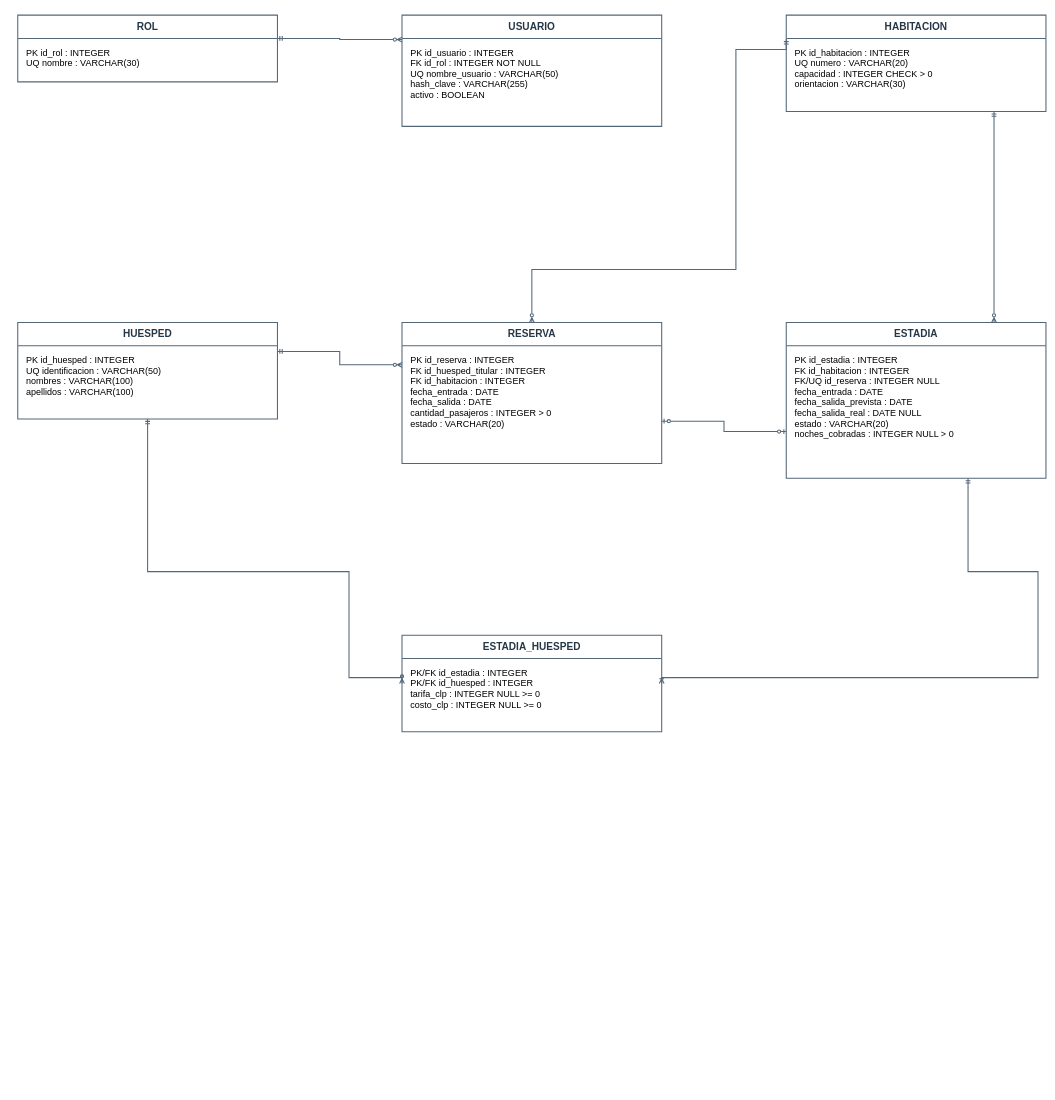
This is diagramas-editables/modelo-de-datos.drawio from Yutre3/hotel-duerme-bien, a draw.io file, before an edit. Source tidied: cells renumbered, new cells numbered last; positions are measured from the earlier drawing's top-left corner, leaving out a move shared by most shapes. Both pictures are drawn from the tidied source at 53%, with x=0, y=0 at pixel (17, 15).
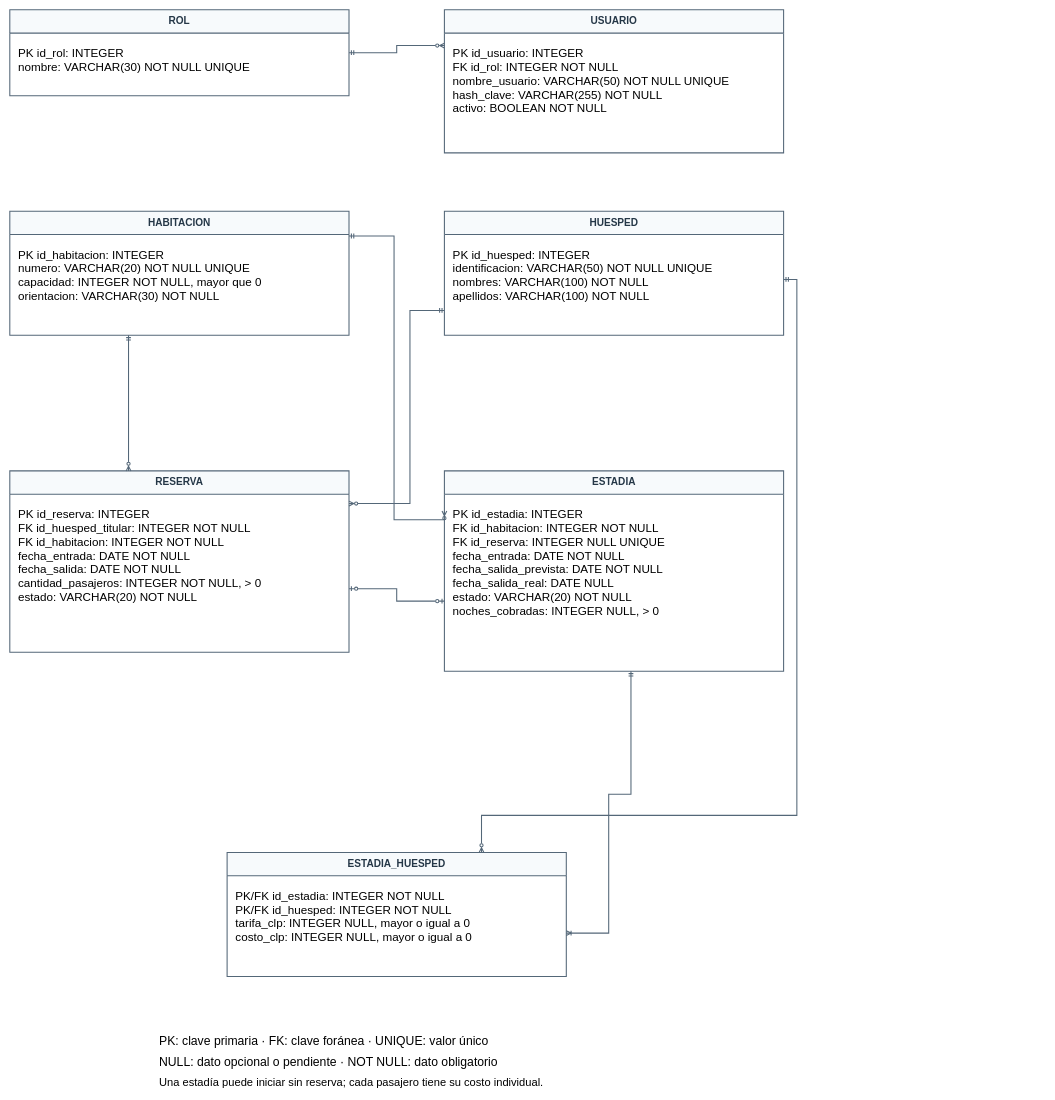
The same page after the edit.

Change to the diagram source:
```diff
@@
-    <mxCell id="2" value="ROL" style="shape=swimlane;startSize=44;horizontal=1;html=0;whiteSpace=wrap;strokeColor=#546778;strokeWidth=2;fillColor=#ffffff;fontColor=#253747;fontSize=19;fontStyle=1;" parent="1" vertex="1">
-      <mxGeometry width="490" height="126" as="geometry" />
+    <mxCell id="2" value="ROL" style="shape=swimlane;startSize=44;horizontal=1;html=0;whiteSpace=wrap;strokeColor=#546778;strokeWidth=2;fillColor=#f7fafc;fontColor=#253747;fontSize=19;fontStyle=1;" parent="1" vertex="1">
+      <mxGeometry x="-15" y="-10" width="640" height="162" as="geometry" />
     </mxCell>
-    <mxCell id="3" value="PK id_rol : INTEGER&#10;UQ nombre : VARCHAR(30)" style="text;html=0;strokeColor=none;fillColor=none;align=left;verticalAlign=top;spacingLeft=14;fontSize=17;" parent="2" vertex="1">
-      <mxGeometry y="54" width="490" height="56" as="geometry" />
+    <mxCell id="3" value="PK id_rol: INTEGER&#10;nombre: VARCHAR(30) NOT NULL UNIQUE" style="text;html=0;strokeColor=none;fillColor=none;align=left;verticalAlign=top;spacingLeft=14;fontSize=22;" parent="2" vertex="1">
+      <mxGeometry y="62" width="640" height="72" as="geometry" />
     </mxCell>
-    <mxCell id="4" value="USUARIO" style="shape=swimlane;startSize=44;horizontal=1;html=0;whiteSpace=wrap;strokeColor=#546778;strokeWidth=2;fillColor=#ffffff;fontColor=#253747;fontSize=19;fontStyle=1;" parent="1" vertex="1">
-      <mxGeometry x="725" width="490" height="210" as="geometry" />
+    <mxCell id="4" value="USUARIO" style="shape=swimlane;startSize=44;horizontal=1;html=0;whiteSpace=wrap;strokeColor=#546778;strokeWidth=2;fillColor=#f7fafc;fontColor=#253747;fontSize=19;fontStyle=1;" parent="1" vertex="1">
+      <mxGeometry x="805" y="-10" width="640" height="270" as="geometry" />
     </mxCell>
-    <mxCell id="5" value="PK id_usuario : INTEGER&#10;FK id_rol : INTEGER NOT NULL&#10;UQ nombre_usuario : VARCHAR(50)&#10;hash_clave : VARCHAR(255)&#10;activo : BOOLEAN" style="text;html=0;strokeColor=none;fillColor=none;align=left;verticalAlign=top;spacingLeft=14;fontSize=17;" parent="4" vertex="1">
-      <mxGeometry y="54" width="490" height="140" as="geometry" />
+    <mxCell id="5" value="PK id_usuario: INTEGER&#10;FK id_rol: INTEGER NOT NULL&#10;nombre_usuario: VARCHAR(50) NOT NULL UNIQUE&#10;hash_clave: VARCHAR(255) NOT NULL&#10;activo: BOOLEAN NOT NULL" style="text;html=0;strokeColor=none;fillColor=none;align=left;verticalAlign=top;spacingLeft=14;fontSize=22;" parent="4" vertex="1">
+      <mxGeometry y="62" width="640" height="180" as="geometry" />
     </mxCell>
-    <mxCell id="6" value="HABITACION" style="shape=swimlane;startSize=44;horizontal=1;html=0;whiteSpace=wrap;strokeColor=#546778;strokeWidth=2;fillColor=#ffffff;fontColor=#253747;fontSize=19;fontStyle=1;" parent="1" vertex="1">
-      <mxGeometry x="1450" width="490" height="182" as="geometry" />
+    <mxCell id="6" value="HABITACION" style="shape=swimlane;startSize=44;horizontal=1;html=0;whiteSpace=wrap;strokeColor=#546778;strokeWidth=2;fillColor=#f7fafc;fontColor=#253747;fontSize=19;fontStyle=1;" parent="1" vertex="1">
+      <mxGeometry x="-15" y="370" width="640" height="234" as="geometry" />
     </mxCell>
-    <mxCell id="7" value="PK id_habitacion : INTEGER&#10;UQ numero : VARCHAR(20)&#10;capacidad : INTEGER CHECK &gt; 0&#10;orientacion : VARCHAR(30)" style="text;html=0;strokeColor=none;fillColor=none;align=left;verticalAlign=top;spacingLeft=14;fontSize=17;" parent="6" vertex="1">
-      <mxGeometry y="54" width="490" height="112" as="geometry" />
+    <mxCell id="7" value="PK id_habitacion: INTEGER&#10;numero: VARCHAR(20) NOT NULL UNIQUE&#10;capacidad: INTEGER NOT NULL, mayor que 0&#10;orientacion: VARCHAR(30) NOT NULL" style="text;html=0;strokeColor=none;fillColor=none;align=left;verticalAlign=top;spacingLeft=14;fontSize=22;" parent="6" vertex="1">
+      <mxGeometry y="62" width="640" height="144" as="geometry" />
     </mxCell>
-    <mxCell id="8" value="HUESPED" style="shape=swimlane;startSize=44;horizontal=1;html=0;whiteSpace=wrap;strokeColor=#546778;strokeWidth=2;fillColor=#ffffff;fontColor=#253747;fontSize=19;fontStyle=1;" parent="1" vertex="1">
-      <mxGeometry y="580" width="490" height="182" as="geometry" />
+    <mxCell id="8" value="HUESPED" style="shape=swimlane;startSize=44;horizontal=1;html=0;whiteSpace=wrap;strokeColor=#546778;strokeWidth=2;fillColor=#f7fafc;fontColor=#253747;fontSize=19;fontStyle=1;" parent="1" vertex="1">
+      <mxGeometry x="805" y="370" width="640" height="234" as="geometry" />
     </mxCell>
-    <mxCell id="9" value="PK id_huesped : INTEGER&#10;UQ identificacion : VARCHAR(50)&#10;nombres : VARCHAR(100)&#10;apellidos : VARCHAR(100)" style="text;html=0;strokeColor=none;fillColor=none;align=left;verticalAlign=top;spacingLeft=14;fontSize=17;" parent="8" vertex="1">
-      <mxGeometry y="54" width="490" height="112" as="geometry" />
+    <mxCell id="9" value="PK id_huesped: INTEGER&#10;identificacion: VARCHAR(50) NOT NULL UNIQUE&#10;nombres: VARCHAR(100) NOT NULL&#10;apellidos: VARCHAR(100) NOT NULL" style="text;html=0;strokeColor=none;fillColor=none;align=left;verticalAlign=top;spacingLeft=14;fontSize=22;" parent="8" vertex="1">
+      <mxGeometry y="62" width="640" height="144" as="geometry" />
     </mxCell>
-    <mxCell id="10" value="RESERVA" style="shape=swimlane;startSize=44;horizontal=1;html=0;whiteSpace=wrap;strokeColor=#546778;strokeWidth=2;fillColor=#ffffff;fontColor=#253747;fontSize=19;fontStyle=1;" parent="1" vertex="1">
-      <mxGeometry x="725" y="580" width="490" height="266" as="geometry" />
+    <mxCell id="10" value="RESERVA" style="shape=swimlane;startSize=44;horizontal=1;html=0;whiteSpace=wrap;strokeColor=#546778;strokeWidth=2;fillColor=#f7fafc;fontColor=#253747;fontSize=19;fontStyle=1;" parent="1" vertex="1">
+      <mxGeometry x="-15" y="860" width="640" height="342" as="geometry" />
     </mxCell>
-    <mxCell id="11" value="PK id_reserva : INTEGER&#10;FK id_huesped_titular : INTEGER&#10;FK id_habitacion : INTEGER&#10;fecha_entrada : DATE&#10;fecha_salida : DATE&#10;cantidad_pasajeros : INTEGER &gt; 0&#10;estado : VARCHAR(20)" style="text;html=0;strokeColor=none;fillColor=none;align=left;verticalAlign=top;spacingLeft=14;fontSize=17;" parent="10" vertex="1">
-      <mxGeometry y="54" width="490" height="196" as="geometry" />
+    <mxCell id="11" value="PK id_reserva: INTEGER&#10;FK id_huesped_titular: INTEGER NOT NULL&#10;FK id_habitacion: INTEGER NOT NULL&#10;fecha_entrada: DATE NOT NULL&#10;fecha_salida: DATE NOT NULL&#10;cantidad_pasajeros: INTEGER NOT NULL, &gt; 0&#10;estado: VARCHAR(20) NOT NULL" style="text;html=0;strokeColor=none;fillColor=none;align=left;verticalAlign=top;spacingLeft=14;fontSize=22;" parent="10" vertex="1">
+      <mxGeometry y="62" width="640" height="252" as="geometry" />
     </mxCell>
-    <mxCell id="12" value="ESTADIA" style="shape=swimlane;startSize=44;horizontal=1;html=0;whiteSpace=wrap;strokeColor=#546778;strokeWidth=2;fillColor=#ffffff;fontColor=#253747;fontSize=19;fontStyle=1;" parent="1" vertex="1">
-      <mxGeometry x="1450" y="580" width="490" height="294" as="geometry" />
+    <mxCell id="12" value="ESTADIA" style="shape=swimlane;startSize=44;horizontal=1;html=0;whiteSpace=wrap;strokeColor=#546778;strokeWidth=2;fillColor=#f7fafc;fontColor=#253747;fontSize=19;fontStyle=1;" parent="1" vertex="1">
+      <mxGeometry x="805" y="860" width="640" height="378" as="geometry" />
     </mxCell>
-    <mxCell id="13" value="PK id_estadia : INTEGER&#10;FK id_habitacion : INTEGER&#10;FK/UQ id_reserva : INTEGER NULL&#10;fecha_entrada : DATE&#10;fecha_salida_prevista : DATE&#10;fecha_salida_real : DATE NULL&#10;estado : VARCHAR(20)&#10;noches_cobradas : INTEGER NULL &gt; 0" style="text;html=0;strokeColor=none;fillColor=none;align=left;verticalAlign=top;spacingLeft=14;fontSize=17;" parent="12" vertex="1">
-      <mxGeometry y="54" width="490" height="224" as="geometry" />
+    <mxCell id="13" value="PK id_estadia: INTEGER&#10;FK id_habitacion: INTEGER NOT NULL&#10;FK id_reserva: INTEGER NULL UNIQUE&#10;fecha_entrada: DATE NOT NULL&#10;fecha_salida_prevista: DATE NOT NULL&#10;fecha_salida_real: DATE NULL&#10;estado: VARCHAR(20) NOT NULL&#10;noches_cobradas: INTEGER NULL, &gt; 0" style="text;html=0;strokeColor=none;fillColor=none;align=left;verticalAlign=top;spacingLeft=14;fontSize=22;" parent="12" vertex="1">
+      <mxGeometry y="62" width="640" height="288" as="geometry" />
     </mxCell>
-    <mxCell id="14" value="ESTADIA_HUESPED" style="shape=swimlane;startSize=44;horizontal=1;html=0;whiteSpace=wrap;strokeColor=#546778;strokeWidth=2;fillColor=#ffffff;fontColor=#253747;fontSize=19;fontStyle=1;" parent="1" vertex="1">
-      <mxGeometry x="725" y="1170" width="490" height="182" as="geometry" />
+    <mxCell id="14" value="ESTADIA_HUESPED" style="shape=swimlane;startSize=44;horizontal=1;html=0;whiteSpace=wrap;strokeColor=#546778;strokeWidth=2;fillColor=#f7fafc;fontColor=#253747;fontSize=19;fontStyle=1;" parent="1" vertex="1">
+      <mxGeometry x="395" y="1580" width="640" height="234" as="geometry" />
     </mxCell>
-    <mxCell id="15" value="PK/FK id_estadia : INTEGER&#10;PK/FK id_huesped : INTEGER&#10;tarifa_clp : INTEGER NULL &gt;= 0&#10;costo_clp : INTEGER NULL &gt;= 0" style="text;html=0;strokeColor=none;fillColor=none;align=left;verticalAlign=top;spacingLeft=14;fontSize=17;" parent="14" vertex="1">
-      <mxGeometry y="54" width="490" height="112" as="geometry" />
+    <mxCell id="15" value="PK/FK id_estadia: INTEGER NOT NULL&#10;PK/FK id_huesped: INTEGER NOT NULL&#10;tarifa_clp: INTEGER NULL, mayor o igual a 0&#10;costo_clp: INTEGER NULL, mayor o igual a 0" style="text;html=0;strokeColor=none;fillColor=none;align=left;verticalAlign=top;spacingLeft=14;fontSize=22;" parent="14" vertex="1">
+      <mxGeometry y="62" width="640" height="144" as="geometry" />
     </mxCell>
-    <mxCell id="16" style="html=0;edgeStyle=orthogonalEdgeStyle;jettySize=24;rounded=0;strokeWidth=2;strokeColor=#546778;fontSize=16;endArrow=ERzeroToMany;endFill=0;startArrow=ERmandOne;startFill=0;exitX=1;exitY=0.35;exitPerimeter=0;entryX=0;entryY=0.22;entryPerimeter=0;" parent="1" edge="1" source="2" target="4">
+    <mxCell id="16" style="html=0;edgeStyle=orthogonalEdgeStyle;jettySize=24;rounded=0;strokeWidth=2;strokeColor=#546778;fontSize=16;endArrow=ERzeroToMany;endFill=0;startArrow=ERmandOne;startFill=0;exitX=1;exitY=0.5;exitPerimeter=0;entryX=0;entryY=0.25;entryPerimeter=0;" parent="1" edge="1" source="2" target="4">
       <mxGeometry relative="1" as="geometry" />
     </mxCell>
-    <mxCell id="17" style="html=0;edgeStyle=orthogonalEdgeStyle;jettySize=24;rounded=0;strokeWidth=2;strokeColor=#546778;fontSize=16;endArrow=ERzeroToMany;endFill=0;startArrow=ERmandOne;startFill=0;exitX=0.8;exitY=1;exitPerimeter=0;entryX=0.8;entryY=0;entryPerimeter=0;" parent="1" edge="1" source="6" target="12">
+    <mxCell id="17" style="html=0;edgeStyle=orthogonalEdgeStyle;jettySize=24;rounded=0;strokeWidth=2;strokeColor=#546778;fontSize=16;endArrow=ERzeroToMany;endFill=0;startArrow=ERmandOne;startFill=0;exitX=0.35;exitY=1;exitPerimeter=0;entryX=0.35;entryY=0;entryPerimeter=0;" parent="1" edge="1" source="6" target="10">
       <mxGeometry relative="1" as="geometry" />
     </mxCell>
-    <mxCell id="18" style="html=0;edgeStyle=orthogonalEdgeStyle;jettySize=24;rounded=0;strokeWidth=2;strokeColor=#546778;fontSize=16;endArrow=ERzeroToMany;endFill=0;startArrow=ERmandOne;startFill=0;exitX=0;exitY=0.25;exitPerimeter=0;entryX=0.5;entryY=0;entryPerimeter=0;" parent="1" edge="1" source="6" target="10">
+    <mxCell id="18" style="html=0;edgeStyle=orthogonalEdgeStyle;jettySize=24;rounded=0;strokeWidth=2;strokeColor=#546778;fontSize=16;endArrow=ERzeroToMany;endFill=0;startArrow=ERmandOne;startFill=0;exitX=1;exitY=0.2;exitPerimeter=0;entryX=0;entryY=0.2;entryPerimeter=0;" parent="1" edge="1" source="6" target="12">
       <mxGeometry relative="1" as="geometry">
         <Array as="points">
-          <mxPoint x="1355" y="65" />
-          <mxPoint x="1355" y="480" />
-          <mxPoint x="970" y="480" />
+          <mxPoint x="710" y="417" />
+          <mxPoint x="710" y="952" />
         </Array>
       </mxGeometry>
     </mxCell>
-    <mxCell id="19" style="html=0;edgeStyle=orthogonalEdgeStyle;jettySize=24;rounded=0;strokeWidth=2;strokeColor=#546778;fontSize=16;endArrow=ERzeroToMany;endFill=0;startArrow=ERmandOne;startFill=0;exitX=1;exitY=0.3;exitPerimeter=0;entryX=0;entryY=0.3;entryPerimeter=0;" parent="1" edge="1" source="8" target="10">
-      <mxGeometry relative="1" as="geometry" />
+    <mxCell id="19" style="html=0;edgeStyle=orthogonalEdgeStyle;jettySize=24;rounded=0;strokeWidth=2;strokeColor=#546778;fontSize=16;endArrow=ERzeroToMany;endFill=0;startArrow=ERmandOne;startFill=0;exitX=0;exitY=0.8;exitPerimeter=0;entryX=1;entryY=0.18;entryPerimeter=0;" parent="1" edge="1" source="8" target="10">
+      <mxGeometry relative="1" as="geometry">
+        <Array as="points">
+          <mxPoint x="740" y="557" />
+          <mxPoint x="740" y="922" />
+        </Array>
+      </mxGeometry>
     </mxCell>
-    <mxCell id="20" style="html=0;edgeStyle=orthogonalEdgeStyle;jettySize=24;rounded=0;strokeWidth=2;strokeColor=#546778;fontSize=16;endArrow=ERzeroToOne;endFill=0;startArrow=ERzeroToOne;startFill=0;exitX=1;exitY=0.7;exitPerimeter=0;entryX=0;entryY=0.7;entryPerimeter=0;" parent="1" edge="1" source="10" target="12">
+    <mxCell id="20" style="html=0;edgeStyle=orthogonalEdgeStyle;jettySize=24;rounded=0;strokeWidth=2;strokeColor=#546778;fontSize=16;endArrow=ERzeroToOne;endFill=0;startArrow=ERzeroToOne;startFill=0;exitX=1;exitY=0.65;exitPerimeter=0;entryX=0;entryY=0.65;entryPerimeter=0;" parent="1" edge="1" source="10" target="12">
       <mxGeometry relative="1" as="geometry" />
     </mxCell>
-    <mxCell id="21" style="html=0;edgeStyle=orthogonalEdgeStyle;jettySize=24;rounded=0;strokeWidth=2;strokeColor=#546778;fontSize=16;endArrow=ERzeroToMany;endFill=0;startArrow=ERmandOne;startFill=0;exitX=0.5;exitY=1;exitPerimeter=0;entryX=0;entryY=0.5;entryPerimeter=0;" parent="1" edge="1" source="8" target="14">
+    <mxCell id="21" style="html=0;edgeStyle=orthogonalEdgeStyle;jettySize=24;rounded=0;strokeWidth=2;strokeColor=#546778;fontSize=16;endArrow=ERoneToMany;endFill=0;startArrow=ERmandOne;startFill=0;exitX=0.55;exitY=1;exitPerimeter=0;entryX=1;entryY=0.65;entryPerimeter=0;" parent="1" edge="1" source="12" target="14">
       <mxGeometry relative="1" as="geometry">
         <Array as="points">
-          <mxPoint x="245" y="1050" />
-          <mxPoint x="625" y="1050" />
-          <mxPoint x="625" y="1250" />
+          <mxPoint x="1157" y="1470" />
+          <mxPoint x="1115" y="1470" />
+          <mxPoint x="1115" y="1732" />
         </Array>
       </mxGeometry>
     </mxCell>
-    <mxCell id="22" style="html=0;edgeStyle=orthogonalEdgeStyle;jettySize=24;rounded=0;strokeWidth=2;strokeColor=#546778;fontSize=16;endArrow=ERoneToMany;endFill=0;startArrow=ERmandOne;startFill=0;exitX=0.7;exitY=1;exitPerimeter=0;entryX=1;entryY=0.5;entryPerimeter=0;" parent="1" edge="1" source="12" target="14">
+    <mxCell id="22" style="html=0;edgeStyle=orthogonalEdgeStyle;jettySize=24;rounded=0;strokeWidth=2;strokeColor=#546778;fontSize=16;endArrow=ERzeroToMany;endFill=0;startArrow=ERmandOne;startFill=0;exitX=1;exitY=0.55;exitPerimeter=0;entryX=0.75;entryY=0;entryPerimeter=0;" parent="1" edge="1" source="8" target="14">
       <mxGeometry relative="1" as="geometry">
         <Array as="points">
-          <mxPoint x="1793" y="1050" />
-          <mxPoint x="1925" y="1050" />
-          <mxPoint x="1925" y="1250" />
+          <mxPoint x="1470" y="499" />
+          <mxPoint x="1470" y="1510" />
+          <mxPoint x="875" y="1510" />
         </Array>
       </mxGeometry>
     </mxCell>
+    <mxCell id="23" value="PK: clave primaria   ·   FK: clave foránea   ·   UNIQUE: valor único" style="text;html=0;strokeColor=none;fillColor=none;fontSize=23;" parent="1" vertex="1">
+      <mxGeometry x="265" y="1915" width="900" height="35" as="geometry" />
+    </mxCell>
+    <mxCell id="24" value="NULL: dato opcional o pendiente   ·   NOT NULL: dato obligatorio" style="text;html=0;strokeColor=none;fillColor=none;fontSize=23;" parent="1" vertex="1">
+      <mxGeometry x="265" y="1955" width="900" height="35" as="geometry" />
+    </mxCell>
+    <mxCell id="25" value="Una estadía puede iniciar sin reserva; cada pasajero tiene su costo individual." style="text;html=0;strokeColor=none;fillColor=none;fontSize=21;" parent="1" vertex="1">
+      <mxGeometry x="265" y="1995" width="900" height="35" as="geometry" />
+    </mxCell>
```
